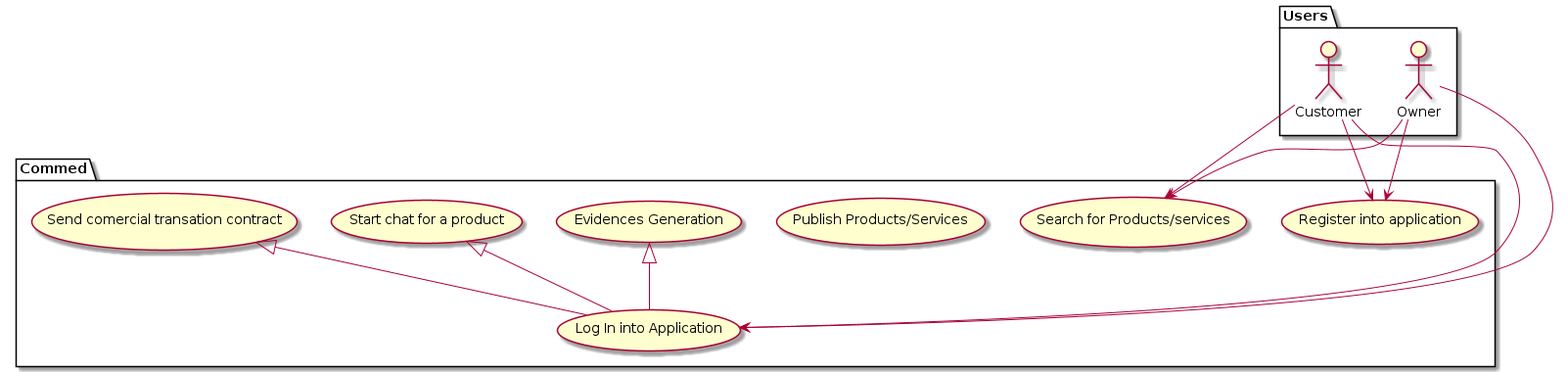
Above: 27-oct/use_case_diagram/usecase_diagram.png in commed-it/docs (PlantUML), before the change. Its diagram source:
```plantuml
@startuml

package Commed {
    usecase "Register into application" as uc1
    usecase "Log In into Application" as uc2
    usecase "Search for Products/services" as uc3
    usecase "Publish Products/Services" as uc4
    usecase "Start chat for a product" as uc5
    usecase "Send comercial transation contract" as uc6
    usecase "Evidences Generation" as uc7
}

package Users{
    actor Owner as o
    actor Customer as c
}

o --> uc1
c --> uc1
o --> uc2
c --> uc2
o --> uc3
c --> uc3
uc5 <|-- uc2
uc6 <|-- uc2
uc7 <|-- uc2


@enduml
```
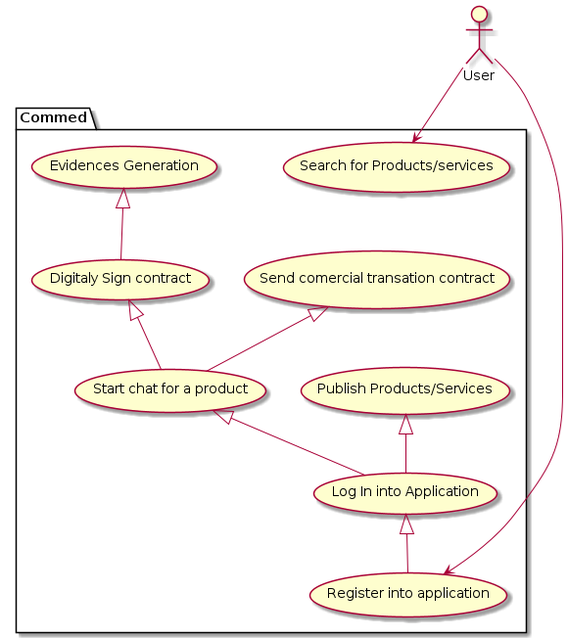
After the change.

Commit message:
updated use case diagram

Diff of the diagram source:
```diff
@@ -8,22 +8,21 @@
     usecase "Start chat for a product" as uc5
     usecase "Send comercial transation contract" as uc6
     usecase "Evidences Generation" as uc7
+    usecase "Digitaly Sign contract" as uc8
 }
 
-package Users{
-    actor Owner as o
-    actor Customer as c
-}
 
-o --> uc1
-c --> uc1
-o --> uc2
-c --> uc2
-o --> uc3
-c --> uc3
+actor User as u
+
+
+u --> uc1
+uc2 <|-- uc1
+u --> uc3
+uc4 <|-- uc2
 uc5 <|-- uc2
-uc6 <|-- uc2
-uc7 <|-- uc2
+uc6 <|-- uc5
+uc8 <|-- uc5
+uc7 <|-- uc8
 
 
 @enduml
```
